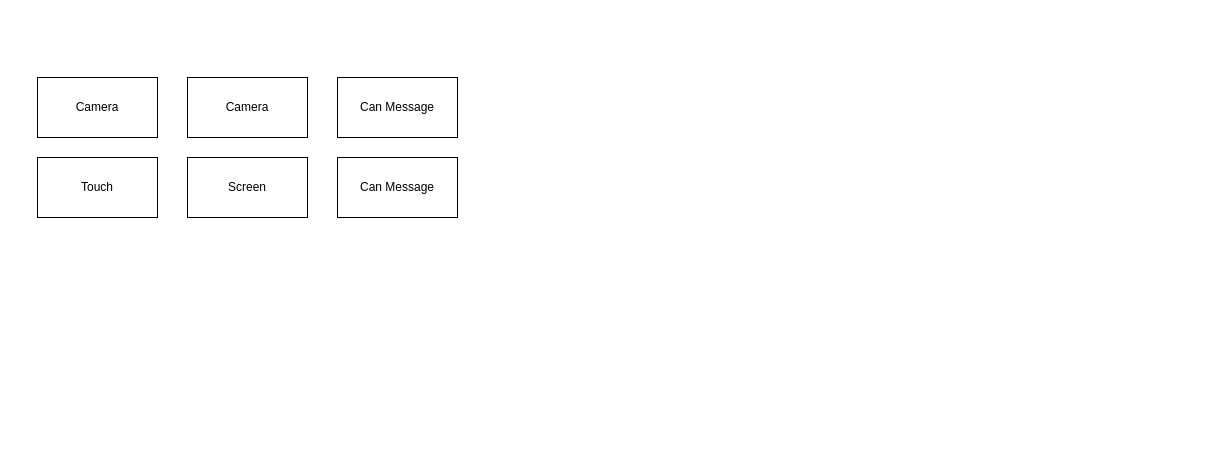
bugquella/diagrams keeps this draw.io diagram as AVM1.0.drawio. Above is the earlier version. Source tidied: cells renumbered, new cells numbered last; positions are measured from the earlier drawing's top-left corner, leaving out a move shared by most shapes. Both pictures are drawn from the tidied source at 100%, with x=0, y=0 at pixel (37, 77).
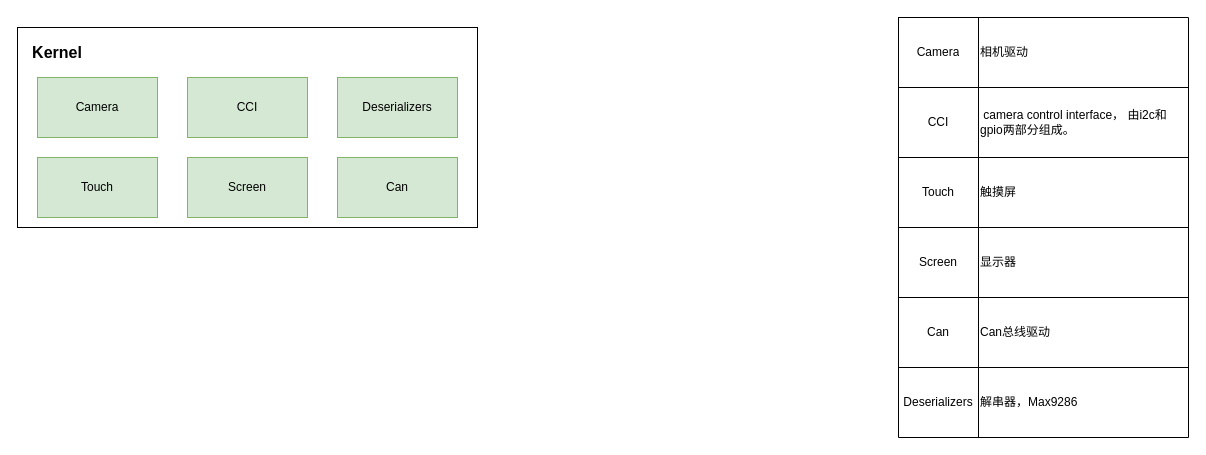
The same page after the edit.

Diff of the diagram source:
```diff
@@
+    <mxCell id="8" style="rounded=0;whiteSpace=wrap;html=1;" parent="1" vertex="1">
+      <mxGeometry x="-20" y="-50" width="460" height="200" as="geometry" />
+    </mxCell>
-    <mxCell id="2" value="Touch" style="rounded=0;whiteSpace=wrap;html=1;" parent="1" vertex="1">
+    <mxCell id="2" value="Touch" style="rounded=0;whiteSpace=wrap;html=1;fillColor=#d5e8d4;strokeColor=#82b366;" parent="1" vertex="1">
       <mxGeometry y="80" width="120" height="60" as="geometry" />
     </mxCell>
-    <mxCell id="3" value="Camera" style="rounded=0;whiteSpace=wrap;html=1;" parent="1" vertex="1">
+    <mxCell id="3" value="Camera" style="rounded=0;whiteSpace=wrap;html=1;fillColor=#d5e8d4;strokeColor=#82b366;" parent="1" vertex="1">
       <mxGeometry width="120" height="60" as="geometry" />
     </mxCell>
-    <mxCell id="4" value="Camera" style="rounded=0;whiteSpace=wrap;html=1;" parent="1" vertex="1">
+    <mxCell id="4" value="CCI" style="rounded=0;whiteSpace=wrap;html=1;fillColor=#d5e8d4;strokeColor=#82b366;" parent="1" vertex="1">
       <mxGeometry x="150" width="120" height="60" as="geometry" />
     </mxCell>
-    <mxCell id="5" value="Screen" style="rounded=0;whiteSpace=wrap;html=1;" parent="1" vertex="1">
+    <mxCell id="5" value="Screen" style="rounded=0;whiteSpace=wrap;html=1;fillColor=#d5e8d4;strokeColor=#82b366;" parent="1" vertex="1">
       <mxGeometry x="150" y="80" width="120" height="60" as="geometry" />
     </mxCell>
-    <mxCell id="6" value="Can Message" style="rounded=0;whiteSpace=wrap;html=1;" parent="1" vertex="1">
+    <mxCell id="6" value="Deserializers " style="rounded=0;whiteSpace=wrap;html=1;fillColor=#d5e8d4;strokeColor=#82b366;" parent="1" vertex="1">
       <mxGeometry x="300" width="120" height="60" as="geometry" />
     </mxCell>
-    <mxCell id="7" value="Can Message" style="rounded=0;whiteSpace=wrap;html=1;" parent="1" vertex="1">
+    <mxCell id="7" value="Can" style="rounded=0;whiteSpace=wrap;html=1;fillColor=#d5e8d4;strokeColor=#82b366;" parent="1" vertex="1">
       <mxGeometry x="300" y="80" width="120" height="60" as="geometry" />
     </mxCell>
+    <mxCell id="9" style="shape=table;html=1;whiteSpace=wrap;startSize=0;childLayout=tableLayout;align=left;" parent="1" vertex="1">
+      <mxGeometry x="861" y="-60" width="290" height="420" as="geometry" />
+    </mxCell>
+    <mxCell id="10" style="shape=tableRow;horizontal=0;startSize=0;swimlaneHead=0;swimlaneBody=0;top=0;left=0;bottom=0;right=0;fillColor=none;" parent="9" vertex="1">
+      <mxGeometry width="290" height="70" as="geometry" />
+    </mxCell>
+    <mxCell id="11" value="Camera" style="shape=partialRectangle;html=1;whiteSpace=wrap;fillColor=none;top=0;left=0;bottom=0;right=0;overflow=hidden;" parent="10" vertex="1">
+      <mxGeometry width="80" height="70" as="geometry" />
+    </mxCell>
+    <mxCell id="12" value="&lt;div align=&quot;left&quot;&gt;相机驱动&lt;/div&gt;" style="shape=partialRectangle;html=1;whiteSpace=wrap;fillColor=none;top=0;left=0;bottom=0;right=0;overflow=hidden;align=left;" parent="10" vertex="1">
+      <mxGeometry x="80" width="210" height="70" as="geometry" />
+    </mxCell>
+    <mxCell id="13" style="shape=tableRow;horizontal=0;startSize=0;swimlaneHead=0;swimlaneBody=0;top=0;left=0;bottom=0;right=0;fillColor=none;" parent="9" vertex="1">
+      <mxGeometry y="70" width="290" height="70" as="geometry" />
+    </mxCell>
+    <mxCell id="14" value="CCI" style="shape=partialRectangle;html=1;whiteSpace=wrap;fillColor=none;top=0;left=0;bottom=0;right=0;overflow=hidden;" parent="13" vertex="1">
+      <mxGeometry width="80" height="70" as="geometry" />
+    </mxCell>
+    <mxCell id="15" value="&lt;div align=&quot;left&quot;&gt;&amp;nbsp;camera control interface， 由i2c和gpio两部分组成。&lt;/div&gt;" style="shape=partialRectangle;html=1;whiteSpace=wrap;fillColor=none;top=0;left=0;bottom=0;right=0;overflow=hidden;align=left;" parent="13" vertex="1">
+      <mxGeometry x="80" width="210" height="70" as="geometry" />
+    </mxCell>
+    <mxCell id="16" style="shape=tableRow;horizontal=0;startSize=0;swimlaneHead=0;swimlaneBody=0;top=0;left=0;bottom=0;right=0;fillColor=none;" parent="9" vertex="1">
+      <mxGeometry y="140" width="290" height="70" as="geometry" />
+    </mxCell>
+    <mxCell id="17" value="Touch" style="shape=partialRectangle;html=1;whiteSpace=wrap;fillColor=none;top=0;left=0;bottom=0;right=0;overflow=hidden;" parent="16" vertex="1">
+      <mxGeometry width="80" height="70" as="geometry" />
+    </mxCell>
+    <mxCell id="18" value="触摸屏" style="shape=partialRectangle;html=1;whiteSpace=wrap;fillColor=none;top=0;left=0;bottom=0;right=0;overflow=hidden;align=left;" parent="16" vertex="1">
+      <mxGeometry x="80" width="210" height="70" as="geometry" />
+    </mxCell>
+    <mxCell id="19" style="shape=tableRow;horizontal=0;startSize=0;swimlaneHead=0;swimlaneBody=0;top=0;left=0;bottom=0;right=0;fillColor=none;" parent="9" vertex="1">
+      <mxGeometry y="210" width="290" height="70" as="geometry" />
+    </mxCell>
+    <mxCell id="20" value="Screen" style="shape=partialRectangle;html=1;whiteSpace=wrap;fillColor=none;top=0;left=0;bottom=0;right=0;overflow=hidden;" parent="19" vertex="1">
+      <mxGeometry width="80" height="70" as="geometry" />
+    </mxCell>
+    <mxCell id="21" value="显示器" style="shape=partialRectangle;html=1;whiteSpace=wrap;fillColor=none;top=0;left=0;bottom=0;right=0;overflow=hidden;align=left;" parent="19" vertex="1">
+      <mxGeometry x="80" width="210" height="70" as="geometry" />
+    </mxCell>
+    <mxCell id="22" style="shape=tableRow;horizontal=0;startSize=0;swimlaneHead=0;swimlaneBody=0;top=0;left=0;bottom=0;right=0;fillColor=none;" parent="9" vertex="1">
+      <mxGeometry y="280" width="290" height="70" as="geometry" />
+    </mxCell>
+    <mxCell id="23" value="Can " style="shape=partialRectangle;html=1;whiteSpace=wrap;fillColor=none;top=0;left=0;bottom=0;right=0;overflow=hidden;" parent="22" vertex="1">
+      <mxGeometry width="80" height="70" as="geometry" />
+    </mxCell>
+    <mxCell id="24" value="Can总线驱动" style="shape=partialRectangle;html=1;whiteSpace=wrap;fillColor=none;top=0;left=0;bottom=0;right=0;overflow=hidden;align=left;" parent="22" vertex="1">
+      <mxGeometry x="80" width="210" height="70" as="geometry" />
+    </mxCell>
+    <mxCell id="25" style="shape=tableRow;horizontal=0;startSize=0;swimlaneHead=0;swimlaneBody=0;top=0;left=0;bottom=0;right=0;fillColor=none;" parent="9" vertex="1">
+      <mxGeometry y="350" width="290" height="70" as="geometry" />
+    </mxCell>
+    <mxCell id="26" value="Deserializers " style="shape=partialRectangle;html=1;whiteSpace=wrap;fillColor=none;top=0;left=0;bottom=0;right=0;overflow=hidden;" parent="25" vertex="1">
+      <mxGeometry width="80" height="70" as="geometry" />
+    </mxCell>
+    <mxCell id="27" value="解串器，Max9286" style="shape=partialRectangle;html=1;whiteSpace=wrap;fillColor=none;top=0;left=0;bottom=0;right=0;overflow=hidden;align=left;" parent="25" vertex="1">
+      <mxGeometry x="80" width="210" height="70" as="geometry" />
+    </mxCell>
+    <mxCell id="28" value="&lt;font style=&quot;font-size: 16px&quot;&gt;&lt;b&gt;Kernel&lt;/b&gt;&lt;/font&gt;" style="text;html=1;strokeColor=none;fillColor=none;align=center;verticalAlign=middle;whiteSpace=wrap;rounded=0;" parent="1" vertex="1">
+      <mxGeometry x="-10" y="-40" width="60" height="30" as="geometry" />
+    </mxCell>
```
